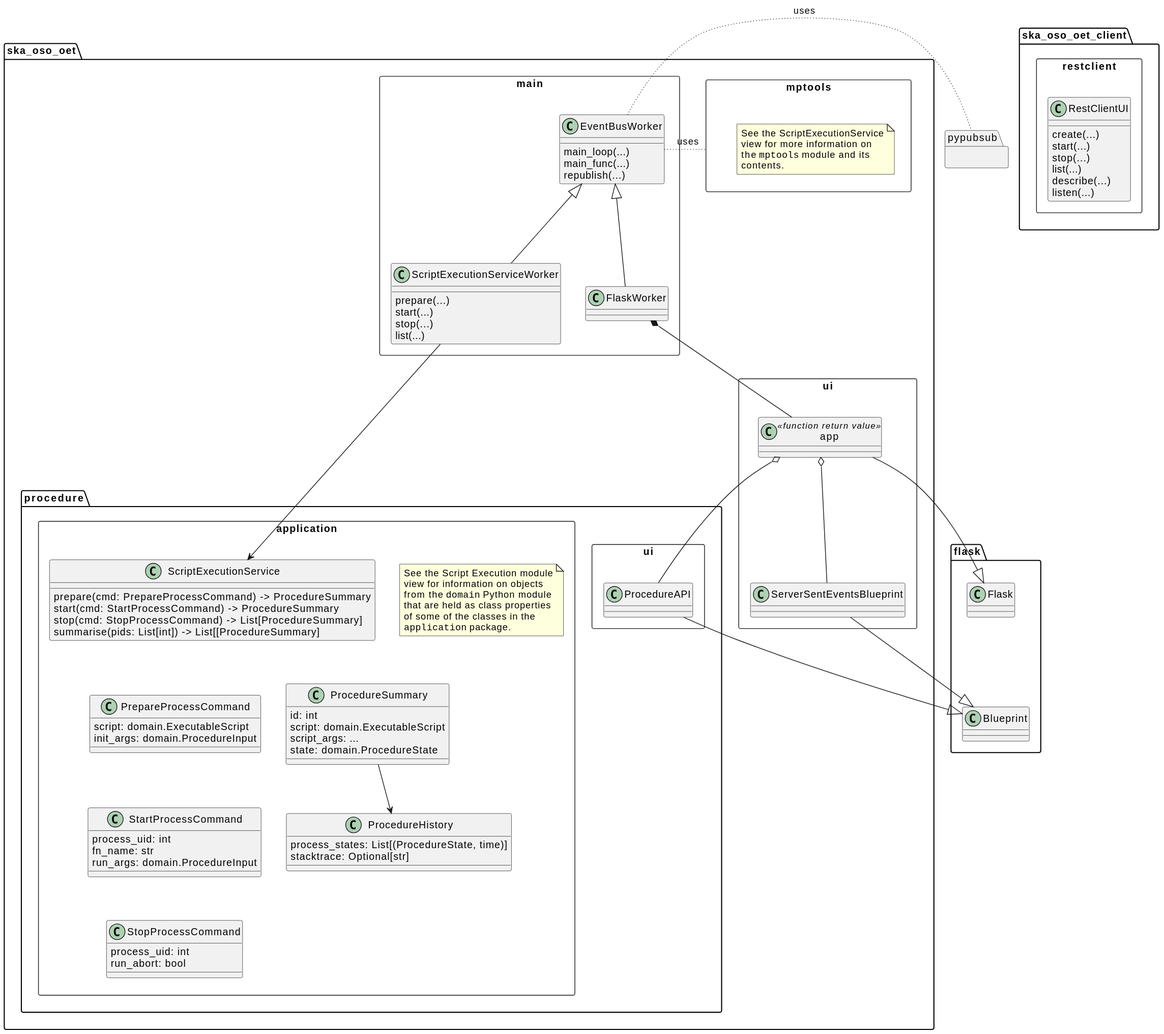
This is docs/src/diagrams/export/backend_module_ui_primary_script_exec.svg from ska-telescope/observation-execution-tool, a PlantUML export, as it was before one commit.
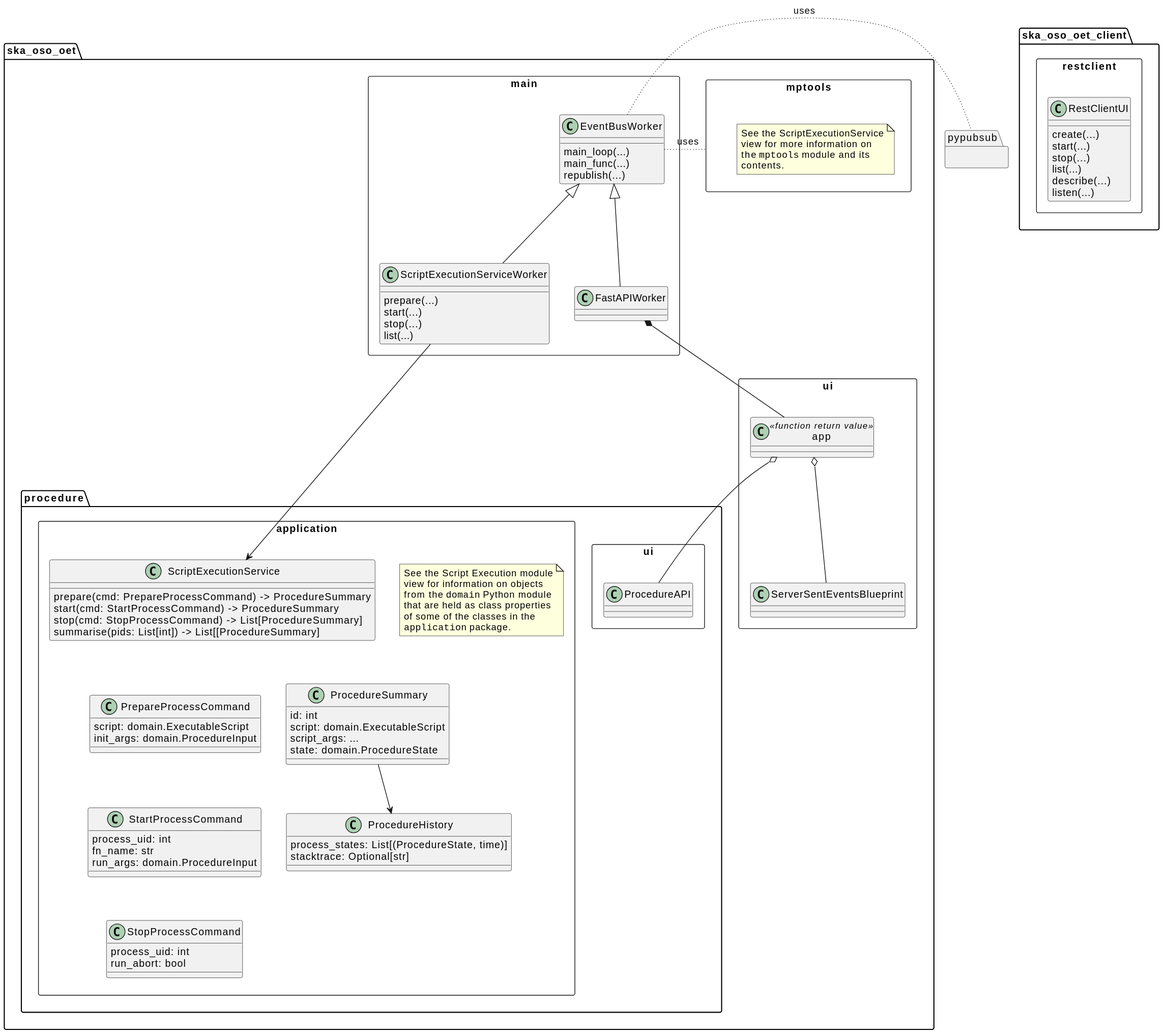
The same diagram one commit later.

Diff of the diagram source:
```diff
@@ -32,7 +32,7 @@
             list(...)
         }
 
-        class FlaskWorker
+        class FastAPIWorker
 
         class EventBusWorker {
             main_loop(...)
@@ -41,7 +41,7 @@
         }
 
         ScriptExecutionServiceWorker -up-|> EventBusWorker
-        FlaskWorker -up-|> EventBusWorker
+        FastAPIWorker -up-|> EventBusWorker
         EventBusWorker -right[dotted]- mptools: uses
         EventBusWorker -right[dotted]- pypubsub: uses
     }
@@ -113,23 +113,12 @@
             PrepareProcessCommand -[hidden]- StartProcessCommand
             StartProcessCommand -[hidden]- StopProcessCommand
         }
-        FlaskWorker *-- app
+        FastAPIWorker *-- app
         ScriptExecutionServiceWorker --> ScriptExecutionService
     }
 
 }
 
-
-package flask {
-    class Flask
-    class Blueprint
-
-    Flask -down[hidden]- Blueprint
-}
-
-app -|> Flask
-ProcedureAPI -|> Blueprint
-ServerSentEventsBlueprint --|> Blueprint
 
 package pypubsub {
 }
```
